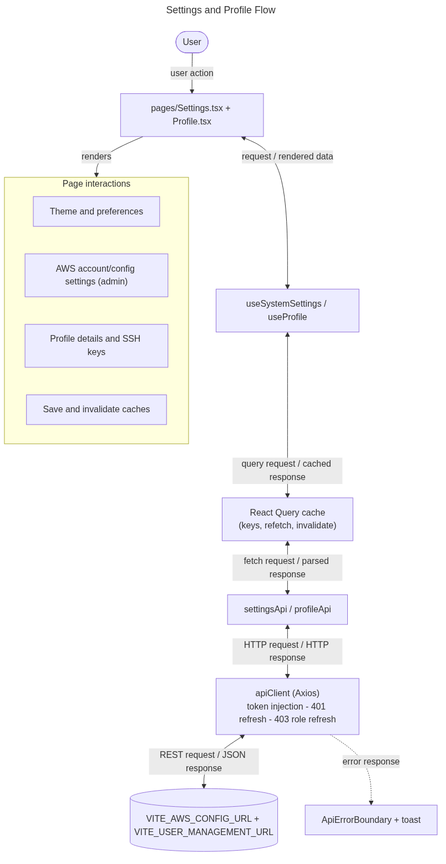
Above: docs/flowcharts/png/settings-profile.png in sayeeduddinofficial/user-table-view (Mermaid), before the change. Its source is kept beside it as docs/flowcharts/settings-profile.mmd.
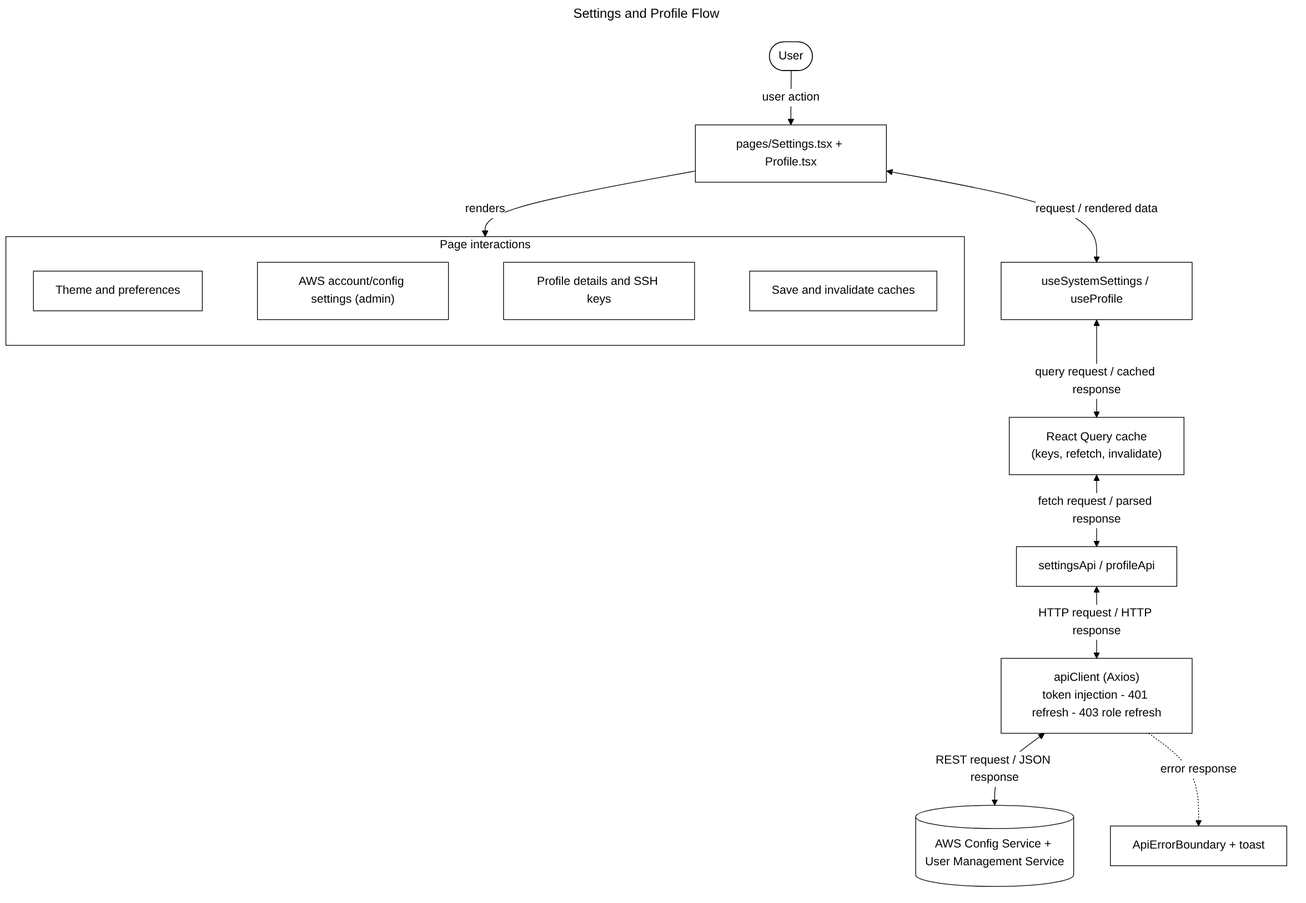
After the commit.

Diff of the diagram source:
```diff
@@ -7,12 +7,14 @@
   H <-->|"query request / cached response"| Q["React Query cache<br/>(keys, refetch, invalidate)"]
   Q <-->|"fetch request / parsed response"| A["settingsApi / profileApi"]
   A <-->|"HTTP request / HTTP response"| C["apiClient (Axios)<br/>token injection - 401 refresh - 403 role refresh"]
-  C <-->|"REST request / JSON response"| S[("VITE_AWS_CONFIG_URL + VITE_USER_MANAGEMENT_URL")]
+  C <-->|"REST request / JSON response"| S[("AWS Config Service + User Management Service")]
   P -->|"renders"| UI
   subgraph UI[Page interactions]
+    direction LR
     S0["Theme and preferences"]
     S1["AWS account/config settings (admin)"]
     S2["Profile details and SSH keys"]
     S3["Save and invalidate caches"]
+    S0 ~~~ S1 ~~~ S2 ~~~ S3
   end
   C -. "error response" .-> E["ApiErrorBoundary + toast"]
```
